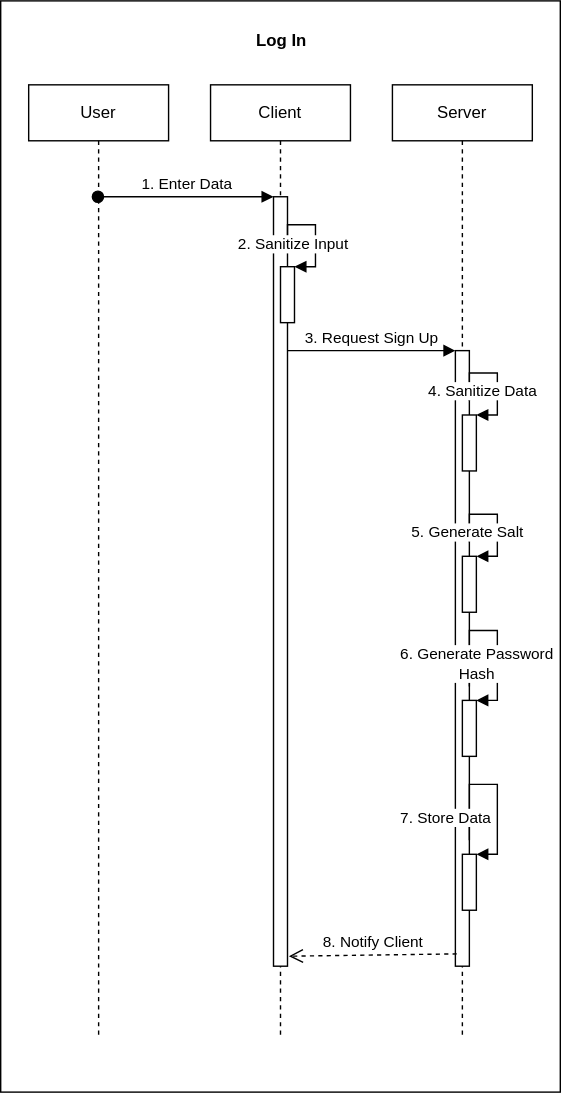
Earlier version of the draw.io export Diagrams/SignUp.svg (mikanaaa/User-Authentication-And-Authorization). Source tidied: cells renumbered, new cells last; positions are measured from the earlier drawing's top-left corner, leaving out a move shared by most shapes.
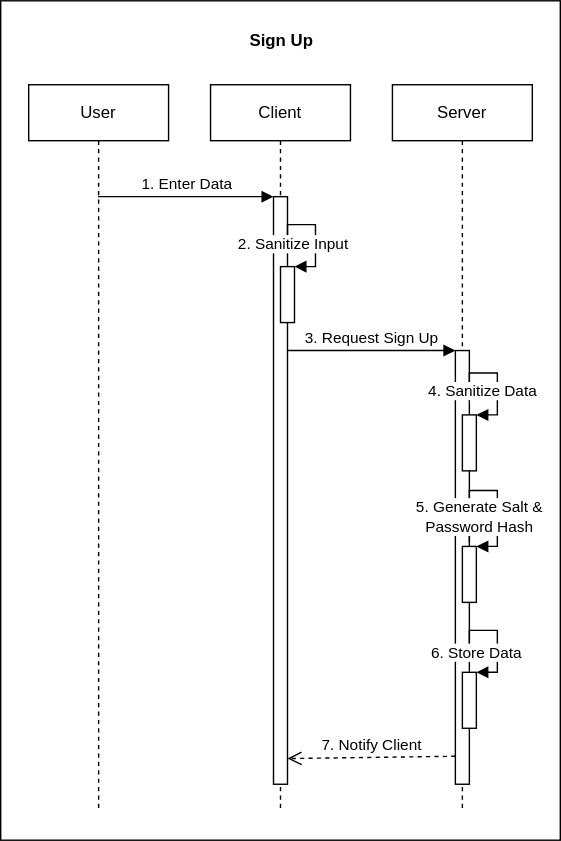
The same diagram one commit later.

Diff of the diagram source:
```diff
@@ -2,17 +2,17 @@
   <root>
     <mxCell id="0" />
     <mxCell id="1" parent="0" />
-    <mxCell id="2" value="&lt;p style=&quot;margin: 0px ; margin-top: 4px ; text-align: center&quot;&gt;&lt;b&gt;&lt;br&gt;&lt;/b&gt;&lt;/p&gt;&lt;p style=&quot;margin: 0px ; margin-top: 4px ; text-align: center&quot;&gt;&lt;b&gt;Log In&lt;/b&gt;&lt;/p&gt;" style="verticalAlign=top;align=left;overflow=fill;fontSize=12;fontFamily=Helvetica;html=1;fillColor=#ffffff;" parent="1" vertex="1">
-      <mxGeometry width="400" height="780" as="geometry" />
+    <mxCell id="2" value="&lt;p style=&quot;margin: 0px ; margin-top: 4px ; text-align: center&quot;&gt;&lt;br&gt;&lt;/p&gt;&lt;p style=&quot;margin: 0px ; margin-top: 4px ; text-align: center&quot;&gt;&lt;b&gt;Sign Up&lt;/b&gt;&lt;/p&gt;" style="verticalAlign=top;align=left;overflow=fill;fontSize=12;fontFamily=Helvetica;html=1;fillColor=#ffffff;" parent="1" vertex="1">
+      <mxGeometry width="400" height="600" as="geometry" />
     </mxCell>
     <mxCell id="3" value="User&lt;span style=&quot;color: rgba(0 , 0 , 0 , 0) ; font-family: monospace ; font-size: 0px ; white-space: nowrap&quot;&gt;%3CmxGraphModel%3E%3Croot%3E%3CmxCell%20id%3D%220%22%2F%3E%3CmxCell%20id%3D%221%22%20parent%3D%220%22%2F%3E%3CmxCell%20id%3D%222%22%20value%3D%22Client%22%20style%3D%22html%3D1%3B%22%20vertex%3D%221%22%20parent%3D%221%22%3E%3CmxGeometry%20x%3D%22305%22%20y%3D%2290%22%20width%3D%22110%22%20height%3D%2250%22%20as%3D%22geometry%22%2F%3E%3C%2FmxCell%3E%3C%2Froot%3E%3C%2FmxGraphModel%3E&lt;/span&gt;" style="shape=umlLifeline;perimeter=lifelinePerimeter;whiteSpace=wrap;html=1;outlineConnect=0;" parent="1" vertex="1">
-      <mxGeometry x="20" y="60" width="100" height="680" as="geometry" />
+      <mxGeometry x="20" y="60" width="100" height="520" as="geometry" />
     </mxCell>
     <mxCell id="4" value="Client" style="shape=umlLifeline;perimeter=lifelinePerimeter;whiteSpace=wrap;html=1;" parent="1" vertex="1">
-      <mxGeometry x="150" y="60" width="100" height="680" as="geometry" />
+      <mxGeometry x="150" y="60" width="100" height="520" as="geometry" />
     </mxCell>
     <mxCell id="5" style="html=1;points=[];perimeter=orthogonalPerimeter;" parent="4" vertex="1">
-      <mxGeometry x="45" y="80" width="10" height="550" as="geometry" />
+      <mxGeometry x="45" y="80" width="10" height="420" as="geometry" />
     </mxCell>
     <mxCell id="6" style="html=1;points=[];perimeter=orthogonalPerimeter;" parent="4" vertex="1">
       <mxGeometry x="50" y="130" width="10" height="40" as="geometry" />
@@ -29,12 +29,28 @@
       </mxGeometry>
     </mxCell>
     <mxCell id="8" value="Server" style="shape=umlLifeline;perimeter=lifelinePerimeter;whiteSpace=wrap;html=1;" parent="1" vertex="1">
-      <mxGeometry x="280" y="60" width="100" height="680" as="geometry" />
+      <mxGeometry x="280" y="60" width="100" height="520" as="geometry" />
     </mxCell>
     <mxCell id="9" style="html=1;points=[];perimeter=orthogonalPerimeter;" parent="8" vertex="1">
-      <mxGeometry x="45" y="190" width="10" height="440" as="geometry" />
+      <mxGeometry x="45" y="190" width="10" height="310" as="geometry" />
     </mxCell>
+    <mxCell id="14" style="html=1;points=[];perimeter=orthogonalPerimeter;" parent="8" vertex="1">
+      <mxGeometry x="50" y="330" width="10" height="40" as="geometry" />
+    </mxCell>
+    <mxCell id="19" value="6. Store Data" style="edgeStyle=orthogonalEdgeStyle;html=1;align=left;spacingLeft=2;endArrow=block;rounded=0;entryX=1;entryY=0;" parent="8" edge="1" target="18">
+      <mxGeometry x="-0.91" y="31" relative="1" as="geometry">
+        <mxPoint x="55" y="410" as="sourcePoint" />
+        <Array as="points">
+          <mxPoint x="55" y="390" />
+          <mxPoint x="75" y="390" />
+          <mxPoint x="75" y="420" />
+        </Array>
+      </mxGeometry>
+    </mxCell>
+    <mxCell id="18" style="html=1;points=[];perimeter=orthogonalPerimeter;" parent="8" vertex="1">
+      <mxGeometry x="50" y="420" width="10" height="40" as="geometry" />
+    </mxCell>
-    <mxCell id="10" value="1. Enter Data" style="html=1;verticalAlign=bottom;startArrow=oval;endArrow=block;startSize=8;" parent="1" edge="1" source="3" target="5">
+    <mxCell id="10" value="1. Enter Data" style="html=1;verticalAlign=bottom;startArrow=none;endArrow=block;startSize=8;startFill=0;" parent="1" edge="1" source="3" target="5">
       <mxGeometry relative="1" as="geometry">
         <Array as="points">
           <mxPoint x="140" y="140" />
@@ -58,48 +74,21 @@
         </Array>
       </mxGeometry>
     </mxCell>
-    <mxCell id="14" style="html=1;points=[];perimeter=orthogonalPerimeter;" parent="1" vertex="1">
-      <mxGeometry x="330" y="397" width="10" height="40" as="geometry" />
-    </mxCell>
-    <mxCell id="15" value="5. Generate Salt" style="edgeStyle=orthogonalEdgeStyle;html=1;align=left;spacingLeft=2;endArrow=block;rounded=0;entryX=1;entryY=0;" parent="1" edge="1" target="14">
-      <mxGeometry x="-0.84" y="45" relative="1" as="geometry">
+    <mxCell id="15" value="5. Generate Salt &amp;amp;&lt;br&gt;Password Hash" style="edgeStyle=orthogonalEdgeStyle;html=1;align=center;spacingLeft=2;endArrow=block;rounded=0;entryX=1;entryY=0;" parent="1" edge="1" target="14">
+      <mxGeometry x="-0.23" y="-19" relative="1" as="geometry">
         <mxPoint x="335" y="387" as="sourcePoint" />
         <Array as="points">
-          <mxPoint x="335" y="387" />
-          <mxPoint x="335" y="367" />
-          <mxPoint x="355" y="367" />
-          <mxPoint x="355" y="397" />
+          <mxPoint x="335" y="350" />
+          <mxPoint x="355" y="350" />
+          <mxPoint x="355" y="390" />
         </Array>
       </mxGeometry>
     </mxCell>
-    <mxCell id="16" style="html=1;points=[];perimeter=orthogonalPerimeter;" parent="1" vertex="1">
-      <mxGeometry x="330" y="500" width="10" height="40" as="geometry" />
-    </mxCell>
-    <mxCell id="17" value="6. Generate Password&lt;br&gt;&lt;div style=&quot;text-align: center&quot;&gt;Hash&lt;/div&gt;" style="edgeStyle=orthogonalEdgeStyle;html=1;align=left;spacingLeft=2;endArrow=block;rounded=0;entryX=1;entryY=0;" parent="1" edge="1" target="16">
-      <mxGeometry x="-0.74" y="53" relative="1" as="geometry">
-        <mxPoint x="335" y="490" as="sourcePoint" />
-        <Array as="points">
-          <mxPoint x="335" y="450" />
-          <mxPoint x="355" y="450" />
-          <mxPoint x="355" y="500" />
-        </Array>
-      </mxGeometry>
-    </mxCell>
-    <mxCell id="18" style="html=1;points=[];perimeter=orthogonalPerimeter;" parent="1" vertex="1">
-      <mxGeometry x="330" y="610" width="10" height="40" as="geometry" />
-    </mxCell>
-    <mxCell id="19" value="7. Store Data" style="edgeStyle=orthogonalEdgeStyle;html=1;align=left;spacingLeft=2;endArrow=block;rounded=0;entryX=1;entryY=0;" parent="1" edge="1" target="18">
-      <mxGeometry x="-0.74" y="53" relative="1" as="geometry">
-        <mxPoint x="335" y="600" as="sourcePoint" />
-        <Array as="points">
-          <mxPoint x="335" y="560" />
-          <mxPoint x="355" y="560" />
-          <mxPoint x="355" y="610" />
-        </Array>
-      </mxGeometry>
-    </mxCell>
-    <mxCell id="20" value="8. Notify Client" style="html=1;verticalAlign=bottom;endArrow=open;dashed=1;endSize=8;exitX=0.1;exitY=0.98;exitDx=0;exitDy=0;exitPerimeter=0;entryX=1.1;entryY=0.987;entryDx=0;entryDy=0;entryPerimeter=0;" parent="1" edge="1" source="9" target="5">
-      <mxGeometry relative="1" as="geometry" />
+    <mxCell id="20" value="7. Notify Client" style="html=1;verticalAlign=bottom;endArrow=open;dashed=1;endSize=8;exitX=0.1;exitY=0.98;exitDx=0;exitDy=0;exitPerimeter=0;entryX=1.1;entryY=0.987;entryDx=0;entryDy=0;entryPerimeter=0;" parent="1" edge="1">
+      <mxGeometry relative="1" as="geometry">
+        <mxPoint x="325" y="540" as="sourcePoint" />
+        <mxPoint x="205" y="541.6" as="targetPoint" />
+      </mxGeometry>
     </mxCell>
   </root>
 </mxGraphModel>
```
